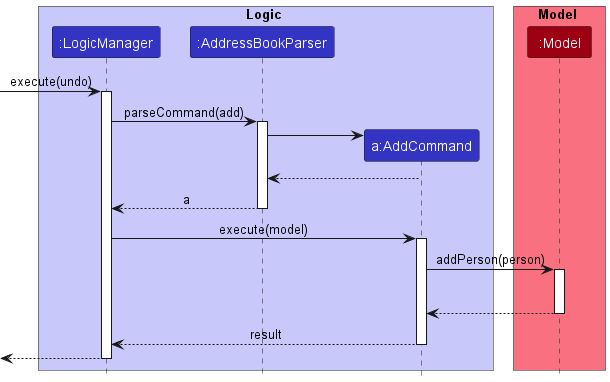
Before: docs/images/AddCommandRateSequenceDiagram.png, a diagram exported from PlantUML (nus-cs2103-AY2223S1/tp).
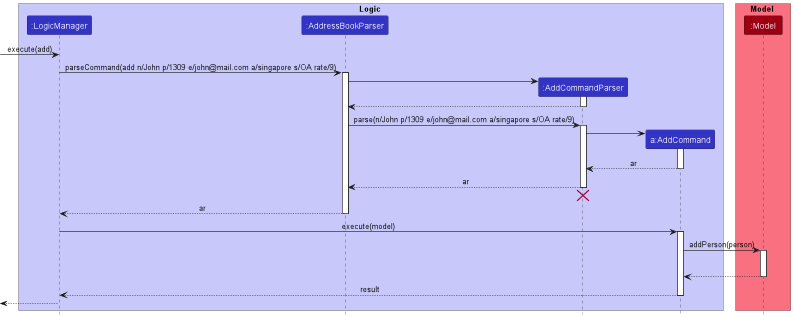
The same file after the commit.

What changed in the source:
```diff
@@ -4,26 +4,44 @@
 box Logic LOGIC_COLOR_T1
 participant ":LogicManager" as LogicManager LOGIC_COLOR
 participant ":AddressBookParser" as AddressBookParser LOGIC_COLOR
+participant ":AddCommandParser" as AddCommandParser LOGIC_COLOR
 participant "a:AddCommand" as AddCommand LOGIC_COLOR
 end box
 
 box Model MODEL_COLOR_T1
 participant ":Model" as Model MODEL_COLOR
 end box
-[-> LogicManager : execute(undo)
-activate LogicManager
+[-> LogicManager : execute(add)
 
-LogicManager -> AddressBookParser : parseCommand(add)
+LogicManager -> AddressBookParser : parseCommand(add n/John p/1309 e/john@mail.com a/singapore s/OA rate/9)
 activate AddressBookParser
 
+create AddCommandParser
+AddressBookParser -> AddCommandParser
+activate AddCommandParser
+
+AddCommandParser --> AddressBookParser
+deactivate AddCommandParser
+
+AddressBookParser -> AddCommandParser : parse(n/John p/1309 e/john@mail.com a/singapore s/OA rate/9)
+activate AddCommandParser
+
 create AddCommand
-AddressBookParser -> AddCommand
+AddCommandParser -> AddCommand
+activate AddCommand
 
-AddCommand --> AddressBookParser
+AddCommand --> AddCommandParser : ar
 deactivate AddCommand
 
-AddressBookParser --> LogicManager : a
+AddCommandParser --> AddressBookParser : ar
+deactivate AddCommandParser
+
+AddCommandParser -[hidden]-> AddressBookParser
+destroy AddCommandParser
+
+AddressBookParser --> LogicManager : ar
 deactivate AddressBookParser
+
 
 LogicManager -> AddCommand : execute(model)
 activate AddCommand
```
